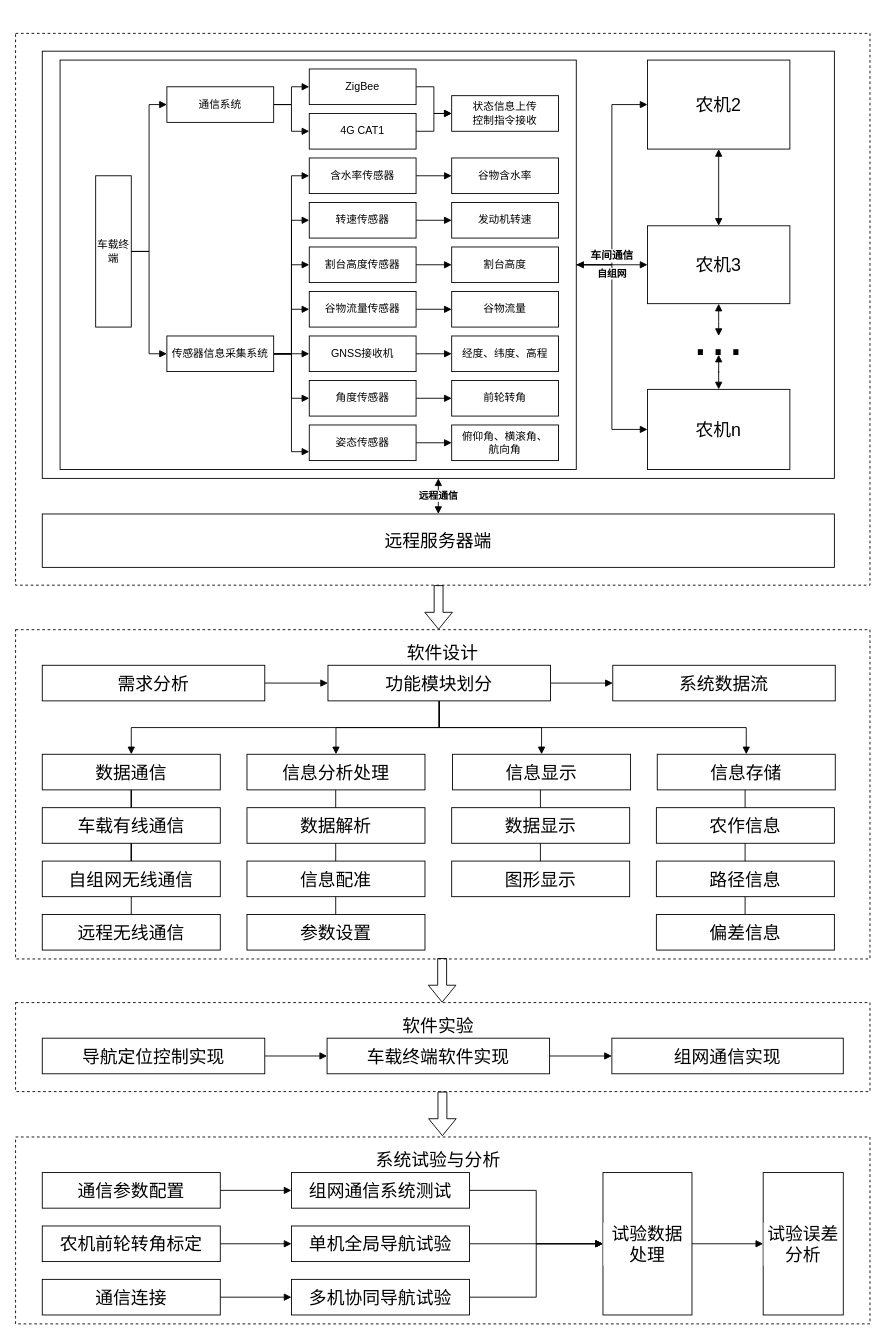
anvalue/DrawIo_SQ keeps this draw.io diagram as page "系统技术路线图" (3 of 3) of AAA硕士毕业.drawio. Above is the earlier version. Source tidied: cells renumbered, new cells numbered last; positions are measured from the earlier drawing's top-left corner, leaving out a move shared by most shapes. Both pictures are drawn from the tidied source at 89%, with x=0, y=0 at pixel (15, 33).
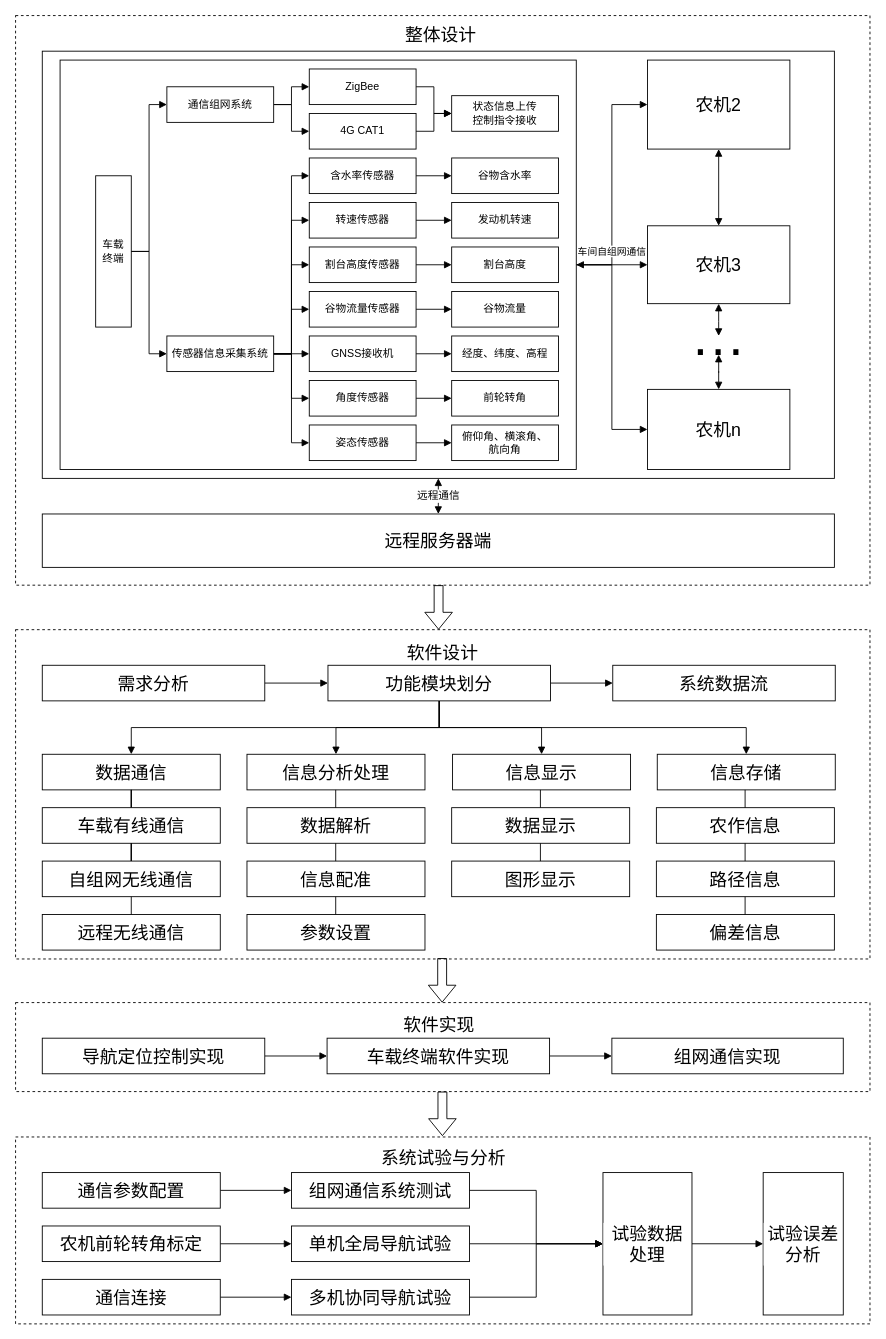
Above is the later version.

Commit message (it also covers changes not shown here):
更新AAA硕士毕业.drawio

Unchanged cells that the change refers to:
```xml
<mxCell id="23" value="传感器信息采集系统" style="rounded=0;whiteSpace=wrap;html=1;fontSize=12;" parent="1" vertex="1">
  <mxGeometry x="170" y="340" width="120" height="40" as="geometry" />
</mxCell>
<mxCell id="33" value="姿态传感器" style="whiteSpace=wrap;html=1;rounded=0;fontSize=12;" parent="1" vertex="1">
  <mxGeometry x="330" y="440" width="120" height="40" as="geometry" />
</mxCell>
```

What changed in the source:
```diff
@@
     <mxCell id="4" style="rounded=0;whiteSpace=wrap;html=1;fillColor=none;dashed=1;" parent="1" vertex="1">
-      <mxGeometry width="960" height="620" as="geometry" />
+      <mxGeometry y="-20" width="960" height="640" as="geometry" />
     </mxCell>
@@
-    <mxCell id="12" value="&lt;font style=&quot;font-size: 12px;&quot;&gt;车载终端&lt;/font&gt;" style="rounded=0;whiteSpace=wrap;html=1;fontSize=12;" parent="1" vertex="1">
+    <mxCell id="12" value="&lt;div&gt;&lt;font style=&quot;font-size: 12px;&quot;&gt;车载&lt;/font&gt;&lt;/div&gt;&lt;div&gt;&lt;font style=&quot;font-size: 12px;&quot;&gt;终端&lt;/font&gt;&lt;/div&gt;" style="rounded=0;whiteSpace=wrap;html=1;fontSize=12;" parent="1" vertex="1">
       <mxGeometry x="90" y="160" width="40" height="170" as="geometry" />
     </mxCell>
@@
-    <mxCell id="15" value="通信系统" style="rounded=0;whiteSpace=wrap;html=1;fontSize=12;" parent="1" vertex="1">
+    <mxCell id="15" value="通信组网系统" style="rounded=0;whiteSpace=wrap;html=1;fontSize=12;" parent="1" vertex="1">
       <mxGeometry x="170" y="60" width="120" height="40" as="geometry" />
     </mxCell>
@@
-    <mxCell id="18" style="edgeStyle=orthogonalEdgeStyle;rounded=0;jettySize=auto;html=1;entryX=0;entryY=0.75;entryDx=0;entryDy=0;strokeColor=default;align=center;verticalAlign=middle;fontFamily=Helvetica;fontSize=11;fontColor=default;labelBackgroundColor=default;endArrow=block;endFill=1;" parent="1" edge="1" source="23" target="33">
+    <mxCell id="18" style="edgeStyle=orthogonalEdgeStyle;rounded=0;jettySize=auto;html=1;entryX=0;entryY=0.5;entryDx=0;entryDy=0;strokeColor=default;align=center;verticalAlign=middle;fontFamily=Helvetica;fontSize=11;fontColor=default;labelBackgroundColor=default;endArrow=block;endFill=1;" parent="1" edge="1" source="23" target="33">
       <mxGeometry relative="1" as="geometry" />
     </mxCell>
@@
-    <mxCell id="45" value="&lt;font style=&quot;font-size: 12px;&quot;&gt;车间通信&lt;/font&gt;" style="text;strokeColor=none;fillColor=none;html=1;fontSize=11;fontStyle=1;verticalAlign=middle;align=center;fontFamily=Helvetica;fontColor=default;labelBackgroundColor=default;" parent="1" vertex="1">
-      <mxGeometry x="620" y="230" width="100" height="40" as="geometry" />
-    </mxCell>
@@
-    <mxCell id="59" value="自组网" style="text;strokeColor=none;fillColor=none;html=1;fontSize=11;fontStyle=1;verticalAlign=middle;align=center;fontFamily=Helvetica;fontColor=default;labelBackgroundColor=default;" parent="1" vertex="1">
-      <mxGeometry x="620" y="250" width="100" height="40" as="geometry" />
-    </mxCell>
-    <mxCell id="60" value="远程通信" style="text;strokeColor=none;fillColor=none;html=1;fontSize=11;fontStyle=1;verticalAlign=middle;align=center;fontFamily=Helvetica;fontColor=default;labelBackgroundColor=default;" parent="1" vertex="1">
-      <mxGeometry x="425" y="500" width="100" height="40" as="geometry" />
-    </mxCell>
@@
-    <mxCell id="105" value="&lt;font style=&quot;font-size: 20px;&quot;&gt;软件实验&lt;/font&gt;" style="text;html=1;align=center;verticalAlign=middle;whiteSpace=wrap;rounded=0;fontFamily=Helvetica;fontSize=11;fontColor=default;labelBackgroundColor=default;" parent="1" vertex="1">
-      <mxGeometry x="396.2" y="1099" width="157.5" height="30" as="geometry" />
+    <mxCell id="105" value="&lt;font style=&quot;font-size: 20px;&quot;&gt;软件实现&lt;/font&gt;" style="text;html=1;align=center;verticalAlign=middle;whiteSpace=wrap;rounded=0;fontFamily=Helvetica;fontSize=11;fontColor=default;labelBackgroundColor=default;" parent="1" vertex="1">
+      <mxGeometry x="397.2" y="1098" width="157.5" height="30" as="geometry" />
     </mxCell>
@@
     <mxCell id="126" value="&lt;font style=&quot;font-size: 20px;&quot;&gt;系统试验与分析&lt;/font&gt;" style="text;html=1;align=center;verticalAlign=middle;whiteSpace=wrap;rounded=0;fontFamily=Helvetica;fontSize=11;fontColor=default;labelBackgroundColor=default;" parent="1" vertex="1">
-      <mxGeometry x="396.2" y="1250" width="157.5" height="30" as="geometry" />
+      <mxGeometry x="402.2" y="1248" width="157.5" height="30" as="geometry" />
     </mxCell>
@@
+    <mxCell id="128" value="&lt;font style=&quot;font-size: 20px;&quot;&gt;整体设计&lt;/font&gt;" style="text;html=1;align=center;verticalAlign=middle;whiteSpace=wrap;rounded=0;fontFamily=Helvetica;fontSize=11;fontColor=default;labelBackgroundColor=default;" parent="1" vertex="1">
+      <mxGeometry x="399.2" y="-14" width="157.5" height="30" as="geometry" />
+    </mxCell>
+    <mxCell id="60" value="&lt;font style=&quot;font-size: 12px;&quot;&gt;远程通信&lt;/font&gt;" style="text;html=1;align=center;verticalAlign=middle;whiteSpace=wrap;rounded=0;fontFamily=Helvetica;fontSize=11;fontColor=default;labelBackgroundColor=default;" parent="1" vertex="1">
+      <mxGeometry x="427.5" y="505" width="95" height="30" as="geometry" />
+    </mxCell>
+    <mxCell id="129" value="车间自组网通信" style="text;html=1;align=center;verticalAlign=middle;whiteSpace=wrap;rounded=0;fontFamily=Helvetica;fontSize=11;fontColor=default;labelBackgroundColor=default;" parent="1" vertex="1">
+      <mxGeometry x="623" y="230" width="95" height="30" as="geometry" />
+    </mxCell>
```
